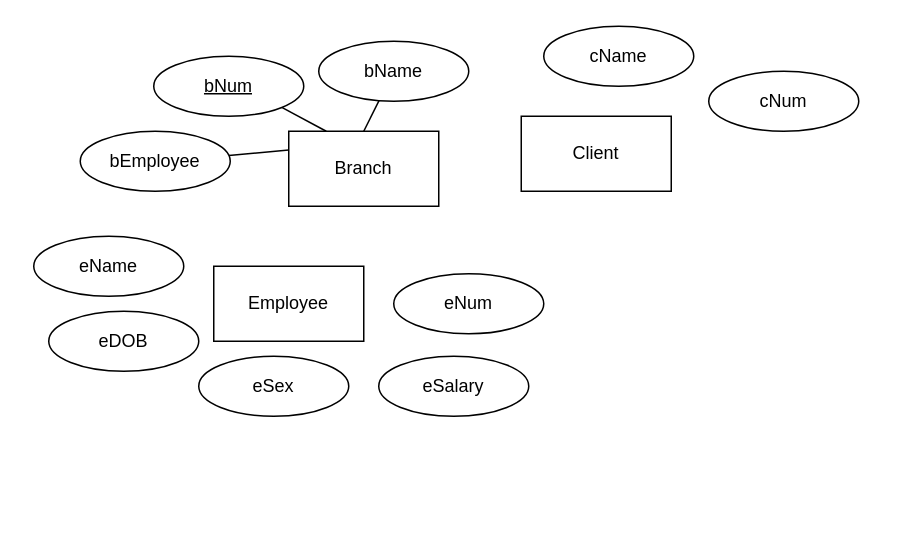
The draw.io diagram SENG 321/Act4_ERDiag.drawio in amirabdullahi1/gold, before the edit. Source tidied: cells renumbered, new cells numbered last; positions are measured from the earlier drawing's top-left corner, leaving out a move shared by most shapes. Both pictures are drawn from the tidied source at 150%, with x=0, y=0 at pixel (33, 26).
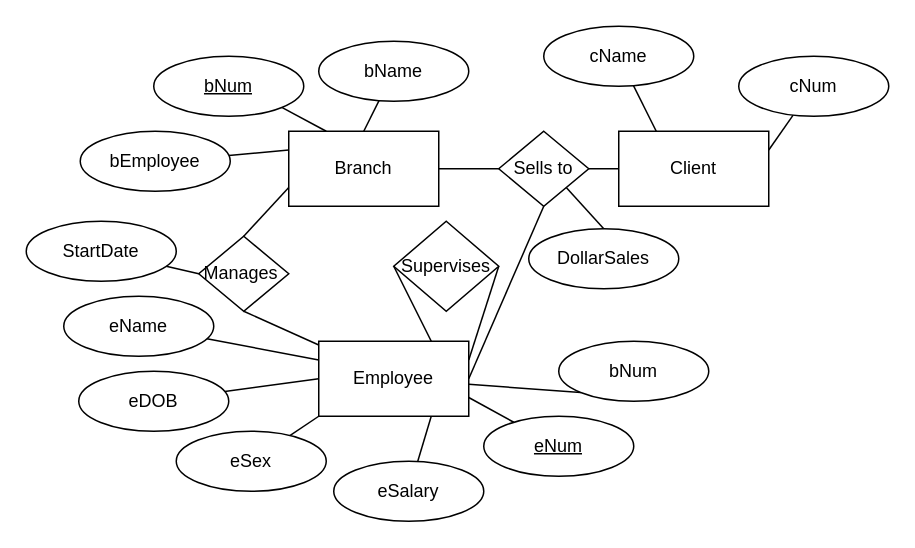
The same page after the edit.

Unchanged cells that the change refers to:
```xml
<mxCell id="2" value="Branch" style="html=1;dashed=0;whiteSpace=wrap;" parent="1" vertex="1">
  <mxGeometry x="170" y="70" width="100" height="50" as="geometry" />
</mxCell>
<mxCell id="10" value="cName" style="ellipse;whiteSpace=wrap;html=1;align=center;" parent="1" vertex="1">
  <mxGeometry x="340" width="100" height="40" as="geometry" />
</mxCell>
```

Diff of the diagram source:
```diff
@@
+    <mxCell id="18" style="edgeStyle=orthogonalEdgeStyle;rounded=0;jettySize=auto;html=1;entryX=0;entryY=0.5;entryDx=0;entryDy=0;endArrow=none;endFill=0;" parent="1" edge="1" source="2" target="36">
+      <mxGeometry relative="1" as="geometry" />
+    </mxCell>
@@
+    <mxCell id="19" style="rounded=0;jettySize=auto;html=1;entryX=1;entryY=0.5;entryDx=0;entryDy=0;endArrow=none;endFill=0;" parent="1" edge="1" source="9" target="36">
+      <mxGeometry relative="1" as="geometry" />
+    </mxCell>
     <mxCell id="9" value="Client" style="html=1;dashed=0;whiteSpace=wrap;" parent="1" vertex="1">
-      <mxGeometry x="325" y="60" width="100" height="50" as="geometry" />
+      <mxGeometry x="390" y="70" width="100" height="50" as="geometry" />
     </mxCell>
+    <mxCell id="20" style="edgeStyle=none;rounded=0;jettySize=auto;html=1;entryX=0.25;entryY=0;entryDx=0;entryDy=0;endArrow=none;endFill=0;" parent="1" edge="1" source="10" target="9">
+      <mxGeometry relative="1" as="geometry" />
+    </mxCell>
@@
+    <mxCell id="21" style="edgeStyle=none;rounded=0;jettySize=auto;html=1;entryX=1;entryY=0.25;entryDx=0;entryDy=0;endArrow=none;endFill=0;" parent="1" edge="1" source="11" target="9">
+      <mxGeometry relative="1" as="geometry" />
+    </mxCell>
     <mxCell id="11" value="cNum" style="ellipse;whiteSpace=wrap;html=1;align=center;" parent="1" vertex="1">
-      <mxGeometry x="450" y="30" width="100" height="40" as="geometry" />
+      <mxGeometry x="470" y="20" width="100" height="40" as="geometry" />
     </mxCell>
+    <mxCell id="22" style="edgeStyle=none;rounded=0;jettySize=auto;html=1;exitX=0.75;exitY=0;exitDx=0;exitDy=0;entryX=0;entryY=0.5;entryDx=0;entryDy=0;endArrow=none;endFill=0;" parent="1" edge="1" source="12" target="37">
+      <mxGeometry relative="1" as="geometry" />
+    </mxCell>
+    <mxCell id="23" style="edgeStyle=none;rounded=0;jettySize=auto;html=1;exitX=1;exitY=0.25;exitDx=0;exitDy=0;entryX=1;entryY=0.5;entryDx=0;entryDy=0;endArrow=none;endFill=0;" parent="1" edge="1" source="12" target="37">
+      <mxGeometry relative="1" as="geometry" />
+    </mxCell>
+    <mxCell id="24" style="edgeStyle=none;rounded=0;jettySize=auto;html=1;entryX=0;entryY=1;entryDx=0;entryDy=0;endArrow=none;endFill=0;" parent="1" edge="1" source="12" target="38">
+      <mxGeometry relative="1" as="geometry" />
+    </mxCell>
+    <mxCell id="25" style="edgeStyle=none;rounded=0;jettySize=auto;html=1;entryX=0.5;entryY=1;entryDx=0;entryDy=0;exitX=1;exitY=0.5;exitDx=0;exitDy=0;endArrow=none;endFill=0;" parent="1" edge="1" source="12" target="36">
+      <mxGeometry relative="1" as="geometry" />
+    </mxCell>
     <mxCell id="12" value="Employee" style="html=1;dashed=0;whiteSpace=wrap;" parent="1" vertex="1">
-      <mxGeometry x="120" y="160" width="100" height="50" as="geometry" />
+      <mxGeometry x="190" y="210" width="100" height="50" as="geometry" />
     </mxCell>
+    <mxCell id="26" style="rounded=0;jettySize=auto;html=1;entryX=0;entryY=0.25;entryDx=0;entryDy=0;endArrow=none;endFill=0;" parent="1" edge="1" source="13" target="12">
+      <mxGeometry relative="1" as="geometry" />
+    </mxCell>
     <mxCell id="13" value="eName" style="ellipse;whiteSpace=wrap;html=1;align=center;" parent="1" vertex="1">
-      <mxGeometry y="140" width="100" height="40" as="geometry" />
+      <mxGeometry x="20" y="180" width="100" height="40" as="geometry" />
     </mxCell>
+    <mxCell id="27" style="rounded=0;jettySize=auto;html=1;entryX=0;entryY=0.5;entryDx=0;entryDy=0;endArrow=none;endFill=0;" parent="1" edge="1" source="14" target="12">
+      <mxGeometry relative="1" as="geometry" />
+    </mxCell>
     <mxCell id="14" value="eDOB" style="ellipse;whiteSpace=wrap;html=1;align=center;" parent="1" vertex="1">
-      <mxGeometry x="10" y="190" width="100" height="40" as="geometry" />
+      <mxGeometry x="30" y="230" width="100" height="40" as="geometry" />
     </mxCell>
+    <mxCell id="28" style="rounded=0;jettySize=auto;html=1;endArrow=none;endFill=0;entryX=0;entryY=1;entryDx=0;entryDy=0;" parent="1" edge="1" source="15" target="12">
+      <mxGeometry relative="1" as="geometry" />
+    </mxCell>
     <mxCell id="15" value="eSex" style="ellipse;whiteSpace=wrap;html=1;align=center;" parent="1" vertex="1">
-      <mxGeometry x="110" y="220" width="100" height="40" as="geometry" />
+      <mxGeometry x="95" y="270" width="100" height="40" as="geometry" />
     </mxCell>
+    <mxCell id="29" style="rounded=0;jettySize=auto;html=1;entryX=0.75;entryY=1;entryDx=0;entryDy=0;endArrow=none;endFill=0;" parent="1" edge="1" source="16" target="12">
+      <mxGeometry relative="1" as="geometry" />
+    </mxCell>
     <mxCell id="16" value="eSalary" style="ellipse;whiteSpace=wrap;html=1;align=center;" parent="1" vertex="1">
-      <mxGeometry x="230" y="220" width="100" height="40" as="geometry" />
+      <mxGeometry x="200" y="290" width="100" height="40" as="geometry" />
     </mxCell>
+    <mxCell id="30" style="rounded=0;jettySize=auto;html=1;entryX=1;entryY=0.75;entryDx=0;entryDy=0;endArrow=none;endFill=0;" parent="1" edge="1" source="17" target="12">
+      <mxGeometry relative="1" as="geometry" />
+    </mxCell>
-    <mxCell id="17" value="eNum" style="ellipse;whiteSpace=wrap;html=1;align=center;" parent="1" vertex="1">
-      <mxGeometry x="240" y="165" width="100" height="40" as="geometry" />
+    <mxCell id="17" value="&lt;u&gt;eNum&lt;/u&gt;" style="ellipse;whiteSpace=wrap;html=1;align=center;" parent="1" vertex="1">
+      <mxGeometry x="300" y="260" width="100" height="40" as="geometry" />
     </mxCell>
+    <mxCell id="31" style="rounded=0;jettySize=auto;html=1;entryX=0;entryY=0.75;entryDx=0;entryDy=0;endArrow=none;endFill=0;exitX=0.5;exitY=0;exitDx=0;exitDy=0;" parent="1" edge="1" source="32" target="2">
+      <mxGeometry relative="1" as="geometry" />
+    </mxCell>
+    <mxCell id="32" value="Manages&amp;nbsp;" style="shape=rhombus;html=1;dashed=0;whiteSpace=wrap;perimeter=rhombusPerimeter;" parent="1" vertex="1">
+      <mxGeometry x="110" y="140" width="60" height="50" as="geometry" />
+    </mxCell>
+    <mxCell id="33" style="rounded=0;jettySize=auto;html=1;entryX=0.5;entryY=1;entryDx=0;entryDy=0;endArrow=none;endFill=0;" parent="1" edge="1" source="12" target="32">
+      <mxGeometry relative="1" as="geometry" />
+    </mxCell>
+    <mxCell id="34" style="rounded=0;jettySize=auto;html=1;entryX=0;entryY=0.5;entryDx=0;entryDy=0;endArrow=none;endFill=0;" parent="1" edge="1" source="35" target="32">
+      <mxGeometry relative="1" as="geometry" />
+    </mxCell>
+    <mxCell id="35" value="StartDate" style="ellipse;whiteSpace=wrap;html=1;align=center;" parent="1" vertex="1">
+      <mxGeometry x="-5" y="130" width="100" height="40" as="geometry" />
+    </mxCell>
+    <mxCell id="36" value="Sells to" style="shape=rhombus;html=1;dashed=0;whiteSpace=wrap;perimeter=rhombusPerimeter;" parent="1" vertex="1">
+      <mxGeometry x="310" y="70" width="60" height="50" as="geometry" />
+    </mxCell>
+    <mxCell id="37" value="Supervises" style="shape=rhombus;html=1;dashed=0;whiteSpace=wrap;perimeter=rhombusPerimeter;" parent="1" vertex="1">
+      <mxGeometry x="240" y="130" width="70" height="60" as="geometry" />
+    </mxCell>
+    <mxCell id="38" value="bNum" style="ellipse;whiteSpace=wrap;html=1;align=center;" parent="1" vertex="1">
+      <mxGeometry x="350" y="210" width="100" height="40" as="geometry" />
+    </mxCell>
+    <mxCell id="39" value="DollarSales" style="ellipse;whiteSpace=wrap;html=1;align=center;" parent="1" vertex="1">
+      <mxGeometry x="330" y="135" width="100" height="40" as="geometry" />
+    </mxCell>
+    <mxCell id="40" style="edgeStyle=none;rounded=0;jettySize=auto;html=1;exitX=1;exitY=1;exitDx=0;exitDy=0;entryX=0.5;entryY=0;entryDx=0;entryDy=0;endArrow=none;endFill=0;" parent="1" edge="1" source="36" target="39">
+      <mxGeometry relative="1" as="geometry" />
+    </mxCell>
```
